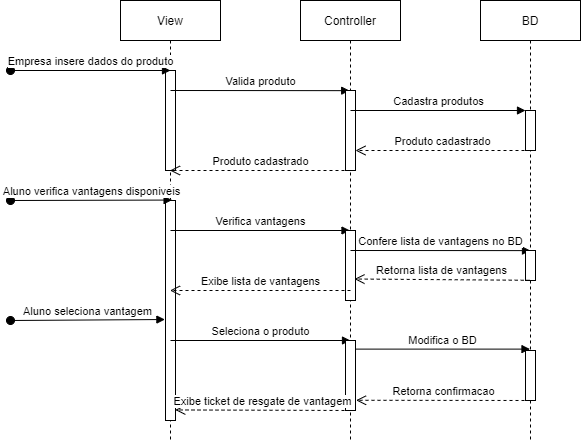
Above: Projeto/DSequencia Vantagem.png in icei-pucminas/Matthew_Tulio_Vitor_MoedaEstudantil (draw.io), before the change. Source tidied: cells renumbered, new cells last; positions are measured from the earlier drawing's top-left corner, leaving out a move shared by most shapes. The source it was exported from:
```xml
<mxGraphModel>
  <root>
    <mxCell id="0" />
    <mxCell id="1" parent="0" />
    <mxCell id="2" value="View" style="shape=umlLifeline;perimeter=lifelinePerimeter;whiteSpace=wrap;html=1;outlineConnect=0;" parent="1" vertex="1">
      <mxGeometry x="110" width="100" height="440" as="geometry" />
    </mxCell>
    <mxCell id="3" style="html=1;perimeter=orthogonalPerimeter;" parent="2" vertex="1">
      <mxGeometry x="45" y="70" width="10" height="100" as="geometry" />
    </mxCell>
    <mxCell id="4" value="Valida produto" style="html=1;verticalAlign=bottom;endArrow=block;entryX=0.42;entryY=0.002;entryDx=0;entryDy=0;entryPerimeter=0;" parent="2" edge="1" target="10">
      <mxGeometry relative="1" as="geometry">
        <mxPoint x="50" y="90" as="sourcePoint" />
      </mxGeometry>
    </mxCell>
    <mxCell id="5" style="html=1;points=[];perimeter=orthogonalPerimeter;" parent="2" vertex="1">
      <mxGeometry x="45" y="200" width="10" height="220" as="geometry" />
    </mxCell>
    <mxCell id="6" value="Verifica vantagens" style="html=1;verticalAlign=bottom;endArrow=block;" parent="2" edge="1" target="9">
      <mxGeometry relative="1" as="geometry">
        <mxPoint x="50" y="230" as="sourcePoint" />
      </mxGeometry>
    </mxCell>
    <mxCell id="7" value="Seleciona o produto" style="html=1;verticalAlign=bottom;endArrow=block;" parent="2" edge="1">
      <mxGeometry relative="1" as="geometry">
        <mxPoint x="50" y="340" as="sourcePoint" />
        <mxPoint x="230" y="340" as="targetPoint" />
      </mxGeometry>
    </mxCell>
    <mxCell id="8" value="Empresa insere dados do produto" style="html=1;verticalAlign=bottom;startArrow=oval;startFill=1;endArrow=block;startSize=8;" parent="1" edge="1">
      <mxGeometry relative="1" as="geometry">
        <mxPoint y="70" as="sourcePoint" />
        <mxPoint x="160" y="70" as="targetPoint" />
      </mxGeometry>
    </mxCell>
    <mxCell id="9" value="Controller" style="shape=umlLifeline;perimeter=lifelinePerimeter;whiteSpace=wrap;html=1;outlineConnect=0;" parent="1" vertex="1">
      <mxGeometry x="290" width="100" height="440" as="geometry" />
    </mxCell>
    <mxCell id="10" style="html=1;points=[];perimeter=orthogonalPerimeter;" parent="9" vertex="1">
      <mxGeometry x="45" y="90" width="10" height="80" as="geometry" />
    </mxCell>
    <mxCell id="11" value="Cadastra produtos" style="html=1;verticalAlign=bottom;endArrow=block;" parent="9" edge="1" target="16">
      <mxGeometry relative="1" as="geometry">
        <mxPoint x="50" y="110" as="sourcePoint" />
      </mxGeometry>
    </mxCell>
    <mxCell id="12" style="html=1;points=[];perimeter=orthogonalPerimeter;" parent="9" vertex="1">
      <mxGeometry x="45" y="230" width="10" height="70" as="geometry" />
    </mxCell>
    <mxCell id="13" value="Confere lista de vantagens no BD" style="html=1;verticalAlign=bottom;endArrow=block;entryX=0.5;entryY=0.004;entryDx=0;entryDy=0;entryPerimeter=0;" parent="9" edge="1" target="17">
      <mxGeometry relative="1" as="geometry">
        <mxPoint x="50" y="250" as="sourcePoint" />
      </mxGeometry>
    </mxCell>
    <mxCell id="14" style="html=1;points=[];perimeter=orthogonalPerimeter;" parent="9" vertex="1">
      <mxGeometry x="45" y="340" width="10" height="70" as="geometry" />
    </mxCell>
    <mxCell id="15" value="BD" style="shape=umlLifeline;perimeter=lifelinePerimeter;whiteSpace=wrap;html=1;outlineConnect=0;" parent="1" vertex="1">
      <mxGeometry x="470" width="100" height="440" as="geometry" />
    </mxCell>
    <mxCell id="16" style="html=1;points=[];perimeter=orthogonalPerimeter;" parent="15" vertex="1">
      <mxGeometry x="45" y="110" width="10" height="40" as="geometry" />
    </mxCell>
    <mxCell id="17" style="html=1;points=[];perimeter=orthogonalPerimeter;" parent="15" vertex="1">
      <mxGeometry x="45" y="250" width="10" height="30" as="geometry" />
    </mxCell>
    <mxCell id="18" style="html=1;points=[];perimeter=orthogonalPerimeter;" parent="15" vertex="1">
      <mxGeometry x="45" y="350" width="10" height="50" as="geometry" />
    </mxCell>
    <mxCell id="19" value="Produto cadastrado" style="html=1;verticalAlign=bottom;endArrow=open;dashed=1;endSize=8;" parent="1" edge="1" target="10">
      <mxGeometry relative="1" as="geometry">
        <mxPoint x="520" y="150" as="sourcePoint" />
      </mxGeometry>
    </mxCell>
    <mxCell id="20" value="&lt;span style=&quot;color: rgb(0 , 0 , 0) ; font-family: &amp;#34;helvetica&amp;#34; ; font-size: 11px ; font-style: normal ; font-weight: 400 ; letter-spacing: normal ; text-align: center ; text-indent: 0px ; text-transform: none ; word-spacing: 0px ; background-color: rgb(255 , 255 , 255) ; display: inline ; float: none&quot;&gt;Produto cadastrado&lt;/span&gt;" style="html=1;verticalAlign=bottom;endArrow=open;dashed=1;endSize=8;" parent="1" edge="1" target="2">
      <mxGeometry relative="1" as="geometry">
        <mxPoint x="340" y="170" as="sourcePoint" />
      </mxGeometry>
    </mxCell>
    <mxCell id="21" value="Aluno verifica vantagens disponiveis" style="html=1;verticalAlign=bottom;startArrow=oval;startFill=1;endArrow=block;startSize=8;entryX=0.66;entryY=-0.002;entryDx=0;entryDy=0;entryPerimeter=0;" parent="1" edge="1" target="5">
      <mxGeometry relative="1" as="geometry">
        <mxPoint y="200" as="sourcePoint" />
      </mxGeometry>
    </mxCell>
    <mxCell id="22" value="Retorna lista de vantagens" style="html=1;verticalAlign=bottom;endArrow=open;dashed=1;endSize=8;exitX=0.42;exitY=0.993;exitDx=0;exitDy=0;exitPerimeter=0;entryX=0.896;entryY=0.693;entryDx=0;entryDy=0;entryPerimeter=0;" parent="1" edge="1" source="17" target="12">
      <mxGeometry relative="1" as="geometry" />
    </mxCell>
    <mxCell id="23" value="&lt;span style=&quot;color: rgb(0 , 0 , 0) ; font-family: &amp;#34;helvetica&amp;#34; ; font-size: 11px ; font-style: normal ; font-weight: 400 ; letter-spacing: normal ; text-align: center ; text-indent: 0px ; text-transform: none ; word-spacing: 0px ; background-color: rgb(255 , 255 , 255) ; display: inline ; float: none&quot;&gt;Exibe lista de vantagens&lt;/span&gt;" style="html=1;verticalAlign=bottom;endArrow=open;dashed=1;endSize=8;" parent="1" edge="1" target="2">
      <mxGeometry relative="1" as="geometry">
        <mxPoint x="340" y="290" as="sourcePoint" />
      </mxGeometry>
    </mxCell>
    <mxCell id="24" value="Aluno seleciona vantagem" style="html=1;verticalAlign=bottom;startArrow=oval;startFill=1;endArrow=block;startSize=8;entryX=-0.06;entryY=0.541;entryDx=0;entryDy=0;entryPerimeter=0;" parent="1" edge="1" target="5">
      <mxGeometry relative="1" as="geometry">
        <mxPoint y="320" as="sourcePoint" />
      </mxGeometry>
    </mxCell>
    <mxCell id="25" value="Modifica o BD" style="html=1;verticalAlign=bottom;endArrow=block;exitX=0.98;exitY=0.123;exitDx=0;exitDy=0;exitPerimeter=0;" parent="1" edge="1" source="14" target="15">
      <mxGeometry relative="1" as="geometry" />
    </mxCell>
    <mxCell id="26" value="Retorna confirmacao" style="html=1;verticalAlign=bottom;endArrow=open;dashed=1;endSize=8;entryX=1.056;entryY=0.854;entryDx=0;entryDy=0;entryPerimeter=0;" parent="1" edge="1" target="14">
      <mxGeometry relative="1" as="geometry">
        <mxPoint x="520" y="400" as="sourcePoint" />
      </mxGeometry>
    </mxCell>
    <mxCell id="27" value="Exibe ticket de resgate de vantagem" style="html=1;verticalAlign=bottom;endArrow=open;dashed=1;endSize=8;entryX=0.98;entryY=0.952;entryDx=0;entryDy=0;entryPerimeter=0;" parent="1" edge="1" target="5">
      <mxGeometry relative="1" as="geometry">
        <mxPoint x="340" y="410" as="sourcePoint" />
      </mxGeometry>
    </mxCell>
  </root>
</mxGraphModel>
```
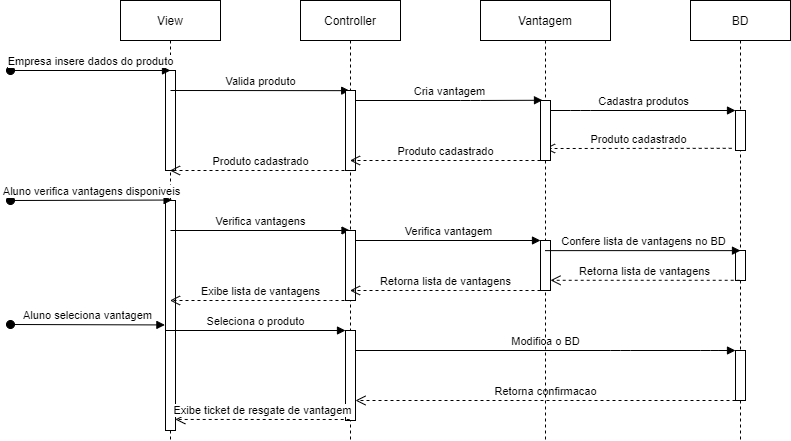
Later version of the same file.

Diff of the diagram source:
```diff
@@ -14,19 +14,13 @@
       </mxGeometry>
     </mxCell>
     <mxCell id="5" style="html=1;points=[];perimeter=orthogonalPerimeter;" parent="2" vertex="1">
-      <mxGeometry x="45" y="200" width="10" height="220" as="geometry" />
+      <mxGeometry x="45" y="200" width="10" height="230" as="geometry" />
     </mxCell>
     <mxCell id="6" value="Verifica vantagens" style="html=1;verticalAlign=bottom;endArrow=block;" parent="2" edge="1" target="9">
       <mxGeometry relative="1" as="geometry">
         <mxPoint x="50" y="230" as="sourcePoint" />
       </mxGeometry>
     </mxCell>
-    <mxCell id="7" value="Seleciona o produto" style="html=1;verticalAlign=bottom;endArrow=block;" parent="2" edge="1">
-      <mxGeometry relative="1" as="geometry">
-        <mxPoint x="50" y="340" as="sourcePoint" />
-        <mxPoint x="230" y="340" as="targetPoint" />
-      </mxGeometry>
-    </mxCell>
     <mxCell id="8" value="Empresa insere dados do produto" style="html=1;verticalAlign=bottom;startArrow=oval;startFill=1;endArrow=block;startSize=8;" parent="1" edge="1">
       <mxGeometry relative="1" as="geometry">
         <mxPoint y="70" as="sourcePoint" />
@@ -39,24 +33,14 @@
     <mxCell id="10" style="html=1;points=[];perimeter=orthogonalPerimeter;" parent="9" vertex="1">
       <mxGeometry x="45" y="90" width="10" height="80" as="geometry" />
     </mxCell>
-    <mxCell id="11" value="Cadastra produtos" style="html=1;verticalAlign=bottom;endArrow=block;" parent="9" edge="1" target="16">
-      <mxGeometry relative="1" as="geometry">
-        <mxPoint x="50" y="110" as="sourcePoint" />
-      </mxGeometry>
-    </mxCell>
     <mxCell id="12" style="html=1;points=[];perimeter=orthogonalPerimeter;" parent="9" vertex="1">
       <mxGeometry x="45" y="230" width="10" height="70" as="geometry" />
     </mxCell>
-    <mxCell id="13" value="Confere lista de vantagens no BD" style="html=1;verticalAlign=bottom;endArrow=block;entryX=0.5;entryY=0.004;entryDx=0;entryDy=0;entryPerimeter=0;" parent="9" edge="1" target="17">
-      <mxGeometry relative="1" as="geometry">
-        <mxPoint x="50" y="250" as="sourcePoint" />
-      </mxGeometry>
-    </mxCell>
     <mxCell id="14" style="html=1;points=[];perimeter=orthogonalPerimeter;" parent="9" vertex="1">
-      <mxGeometry x="45" y="340" width="10" height="70" as="geometry" />
+      <mxGeometry x="45" y="330" width="10" height="90" as="geometry" />
     </mxCell>
     <mxCell id="15" value="BD" style="shape=umlLifeline;perimeter=lifelinePerimeter;whiteSpace=wrap;html=1;outlineConnect=0;" parent="1" vertex="1">
-      <mxGeometry x="470" width="100" height="440" as="geometry" />
+      <mxGeometry x="680" width="100" height="440" as="geometry" />
     </mxCell>
     <mxCell id="16" style="html=1;points=[];perimeter=orthogonalPerimeter;" parent="15" vertex="1">
       <mxGeometry x="45" y="110" width="10" height="40" as="geometry" />
@@ -67,9 +51,11 @@
     <mxCell id="18" style="html=1;points=[];perimeter=orthogonalPerimeter;" parent="15" vertex="1">
       <mxGeometry x="45" y="350" width="10" height="50" as="geometry" />
     </mxCell>
-    <mxCell id="19" value="Produto cadastrado" style="html=1;verticalAlign=bottom;endArrow=open;dashed=1;endSize=8;" parent="1" edge="1" target="10">
+    <mxCell id="19" value="Produto cadastrado" style="html=1;verticalAlign=bottom;endArrow=open;dashed=1;endSize=8;exitX=-0.38;exitY=0.945;exitDx=0;exitDy=0;exitPerimeter=0;" parent="1" edge="1" source="16" target="28">
       <mxGeometry relative="1" as="geometry">
-        <mxPoint x="520" y="150" as="sourcePoint" />
+        <Array as="points">
+          <mxPoint x="550" y="148" />
+        </Array>
       </mxGeometry>
     </mxCell>
     <mxCell id="20" value="&lt;span style=&quot;color: rgb(0 , 0 , 0) ; font-family: &amp;#34;helvetica&amp;#34; ; font-size: 11px ; font-style: normal ; font-weight: 400 ; letter-spacing: normal ; text-align: center ; text-indent: 0px ; text-transform: none ; word-spacing: 0px ; background-color: rgb(255 , 255 , 255) ; display: inline ; float: none&quot;&gt;Produto cadastrado&lt;/span&gt;" style="html=1;verticalAlign=bottom;endArrow=open;dashed=1;endSize=8;" parent="1" edge="1" target="2">
@@ -82,31 +68,90 @@
         <mxPoint y="200" as="sourcePoint" />
       </mxGeometry>
     </mxCell>
-    <mxCell id="22" value="Retorna lista de vantagens" style="html=1;verticalAlign=bottom;endArrow=open;dashed=1;endSize=8;exitX=0.42;exitY=0.993;exitDx=0;exitDy=0;exitPerimeter=0;entryX=0.896;entryY=0.693;entryDx=0;entryDy=0;entryPerimeter=0;" parent="1" edge="1" source="17" target="12">
+    <mxCell id="22" value="Retorna lista de vantagens" style="html=1;verticalAlign=bottom;endArrow=open;dashed=1;endSize=8;exitX=0.42;exitY=0.993;exitDx=0;exitDy=0;exitPerimeter=0;" parent="1" edge="1" source="17" target="30">
       <mxGeometry relative="1" as="geometry" />
     </mxCell>
     <mxCell id="23" value="&lt;span style=&quot;color: rgb(0 , 0 , 0) ; font-family: &amp;#34;helvetica&amp;#34; ; font-size: 11px ; font-style: normal ; font-weight: 400 ; letter-spacing: normal ; text-align: center ; text-indent: 0px ; text-transform: none ; word-spacing: 0px ; background-color: rgb(255 , 255 , 255) ; display: inline ; float: none&quot;&gt;Exibe lista de vantagens&lt;/span&gt;" style="html=1;verticalAlign=bottom;endArrow=open;dashed=1;endSize=8;" parent="1" edge="1" target="2">
       <mxGeometry relative="1" as="geometry">
-        <mxPoint x="340" y="290" as="sourcePoint" />
+        <mxPoint x="340" y="300" as="sourcePoint" />
+        <Array as="points">
+          <mxPoint x="310" y="300" />
+        </Array>
       </mxGeometry>
     </mxCell>
     <mxCell id="24" value="Aluno seleciona vantagem" style="html=1;verticalAlign=bottom;startArrow=oval;startFill=1;endArrow=block;startSize=8;entryX=-0.06;entryY=0.541;entryDx=0;entryDy=0;entryPerimeter=0;" parent="1" edge="1" target="5">
       <mxGeometry relative="1" as="geometry">
-        <mxPoint y="320" as="sourcePoint" />
+        <mxPoint y="324" as="sourcePoint" />
       </mxGeometry>
     </mxCell>
-    <mxCell id="25" value="Modifica o BD" style="html=1;verticalAlign=bottom;endArrow=block;exitX=0.98;exitY=0.123;exitDx=0;exitDy=0;exitPerimeter=0;" parent="1" edge="1" source="14" target="15">
-      <mxGeometry relative="1" as="geometry" />
+    <mxCell id="25" value="Modifica o BD" style="html=1;verticalAlign=bottom;endArrow=block;" parent="1" edge="1" source="14" target="18">
+      <mxGeometry relative="1" as="geometry">
+        <Array as="points">
+          <mxPoint x="610" y="350" />
+          <mxPoint x="700" y="350" />
+        </Array>
+      </mxGeometry>
     </mxCell>
-    <mxCell id="26" value="Retorna confirmacao" style="html=1;verticalAlign=bottom;endArrow=open;dashed=1;endSize=8;entryX=1.056;entryY=0.854;entryDx=0;entryDy=0;entryPerimeter=0;" parent="1" edge="1" target="14">
+    <mxCell id="26" value="Retorna confirmacao" style="html=1;verticalAlign=bottom;endArrow=open;dashed=1;endSize=8;" parent="1" edge="1" source="18" target="14">
       <mxGeometry relative="1" as="geometry">
-        <mxPoint x="520" y="400" as="sourcePoint" />
+        <Array as="points">
+          <mxPoint x="670" y="400" />
+        </Array>
       </mxGeometry>
     </mxCell>
-    <mxCell id="27" value="Exibe ticket de resgate de vantagem" style="html=1;verticalAlign=bottom;endArrow=open;dashed=1;endSize=8;entryX=0.98;entryY=0.952;entryDx=0;entryDy=0;entryPerimeter=0;" parent="1" edge="1" target="5">
-      <mxGeometry relative="1" as="geometry">
-        <mxPoint x="340" y="410" as="sourcePoint" />
-      </mxGeometry>
+    <mxCell id="27" value="Exibe ticket de resgate de vantagem" style="html=1;verticalAlign=bottom;endArrow=open;dashed=1;endSize=8;entryX=0.98;entryY=0.952;entryDx=0;entryDy=0;entryPerimeter=0;exitX=0.42;exitY=0.989;exitDx=0;exitDy=0;exitPerimeter=0;" parent="1" edge="1" source="14" target="5">
+      <mxGeometry relative="1" as="geometry" />
     </mxCell>
+    <mxCell id="28" value="Vantagem" style="shape=umlLifeline;perimeter=lifelinePerimeter;whiteSpace=wrap;html=1;outlineConnect=0;" parent="1" vertex="1">
+      <mxGeometry x="470" width="130" height="440" as="geometry" />
+    </mxCell>
+    <mxCell id="29" style="html=1;points=[];perimeter=orthogonalPerimeter;" parent="28" vertex="1">
+      <mxGeometry x="60" y="100" width="10" height="60" as="geometry" />
+    </mxCell>
+    <mxCell id="30" style="html=1;points=[];perimeter=orthogonalPerimeter;" parent="28" vertex="1">
+      <mxGeometry x="60" y="240" width="10" height="50" as="geometry" />
+    </mxCell>
+    <mxCell id="11" value="Cadastra produtos" style="html=1;verticalAlign=bottom;endArrow=block;" parent="1" edge="1" source="29" target="16">
+      <mxGeometry relative="1" as="geometry">
+        <Array as="points">
+          <mxPoint x="570" y="110" />
+        </Array>
+      </mxGeometry>
+    </mxCell>
+    <mxCell id="31" value="Cria vantagem" style="html=1;verticalAlign=bottom;endArrow=block;entryX=0.2;entryY=-0.004;entryDx=0;entryDy=0;entryPerimeter=0;" parent="1" edge="1" source="10" target="29">
+      <mxGeometry relative="1" as="geometry">
+        <Array as="points">
+          <mxPoint x="460" y="100" />
+        </Array>
+      </mxGeometry>
+    </mxCell>
+    <mxCell id="32" value="Produto cadastrado" style="html=1;verticalAlign=bottom;endArrow=open;dashed=1;endSize=8;" parent="1" edge="1" source="29" target="9">
+      <mxGeometry relative="1" as="geometry">
+        <Array as="points">
+          <mxPoint x="390" y="160" />
+        </Array>
+      </mxGeometry>
+    </mxCell>
+    <mxCell id="13" value="Confere lista de vantagens no BD" style="html=1;verticalAlign=bottom;endArrow=block;entryX=0.5;entryY=0.004;entryDx=0;entryDy=0;entryPerimeter=0;" parent="1" edge="1" source="28" target="17">
+      <mxGeometry relative="1" as="geometry" />
+    </mxCell>
+    <mxCell id="33" value="Verifica vantagem" style="html=1;verticalAlign=bottom;endArrow=block;" parent="1" edge="1" source="12">
+      <mxGeometry relative="1" as="geometry">
+        <mxPoint x="530" y="240" as="targetPoint" />
+      </mxGeometry>
+    </mxCell>
+    <mxCell id="34" value="Retorna lista de vantagens" style="html=1;verticalAlign=bottom;endArrow=open;dashed=1;endSize=8;" parent="1" edge="1" source="30" target="9">
+      <mxGeometry relative="1" as="geometry">
+        <Array as="points">
+          <mxPoint x="460" y="290" />
+        </Array>
+      </mxGeometry>
+    </mxCell>
+    <mxCell id="7" value="Seleciona o produto" style="html=1;verticalAlign=bottom;endArrow=block;" parent="1" edge="1">
+      <mxGeometry relative="1" as="geometry">
+        <mxPoint x="155" y="330" as="sourcePoint" />
+        <mxPoint x="335" y="330" as="targetPoint" />
+      </mxGeometry>
+    </mxCell>
   </root>
 </mxGraphModel>
```
